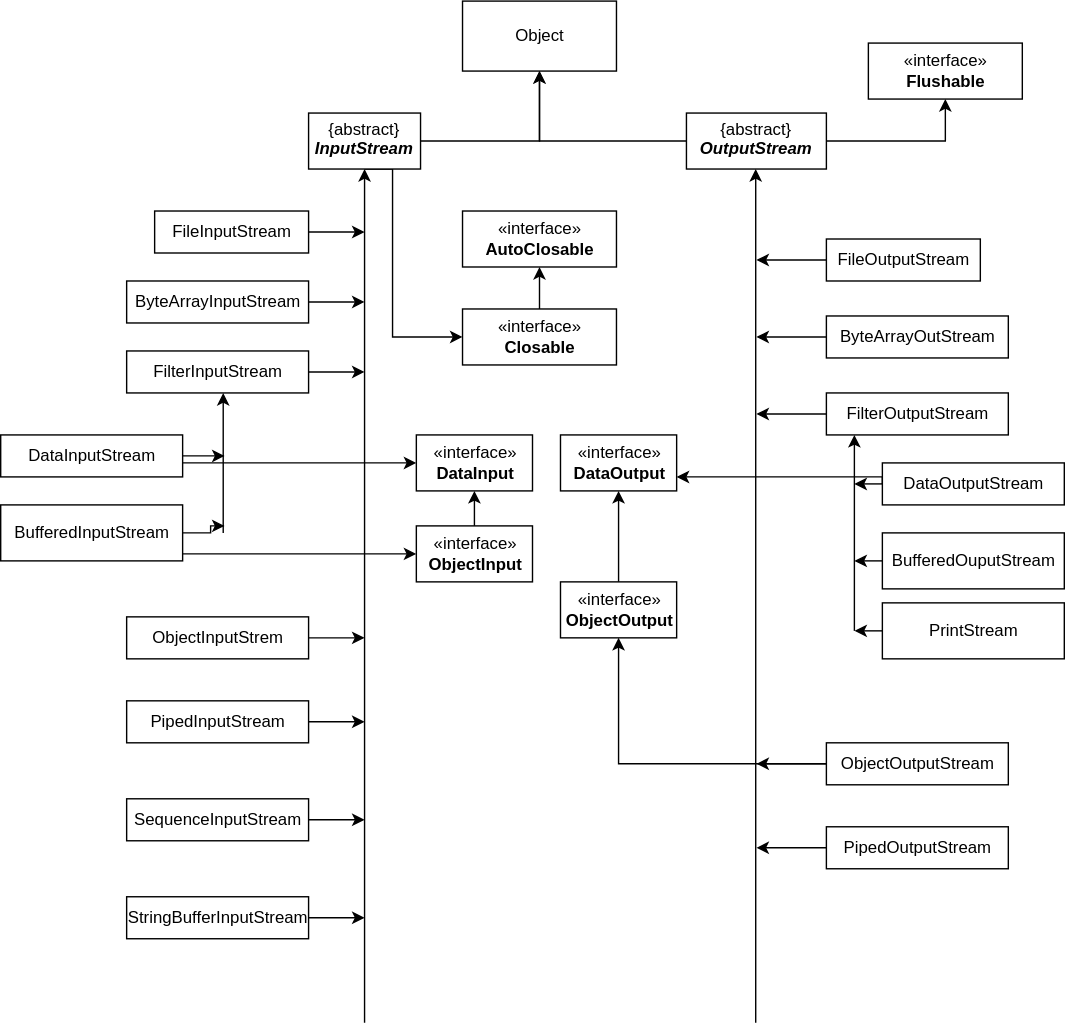
iachieve/javaIOSummary keeps this draw.io diagram as Readme/InputOutputStreams.svg. Above is the earlier version. Source tidied: cells renumbered, new cells last; positions are measured from the earlier drawing's top-left corner, leaving out a move shared by most shapes.
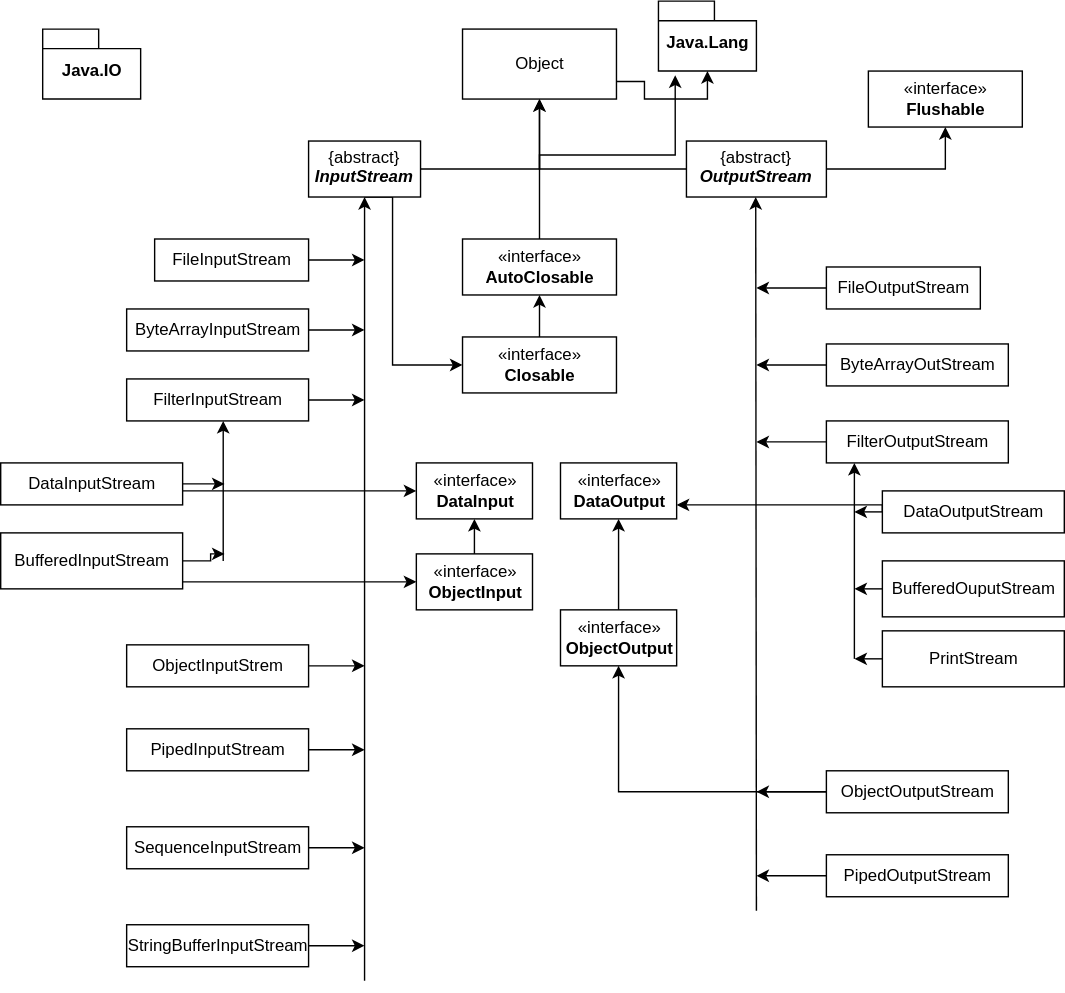
The same diagram one commit later.

Commit message:
class diagram

What changed in the source:
```diff
@@ -2,6 +2,9 @@
   <root>
     <mxCell id="0" />
     <mxCell id="1" parent="0" />
+    <mxCell id="61" style="edgeStyle=orthogonalEdgeStyle;rounded=0;jettySize=auto;html=1;exitX=1;exitY=0.75;exitDx=0;exitDy=0;entryX=0.5;entryY=1;entryDx=0;entryDy=0;entryPerimeter=0;" parent="1" edge="1" source="2" target="63">
+      <mxGeometry relative="1" as="geometry" />
+    </mxCell>
     <mxCell id="2" value="Object" style="html=1;" parent="1" vertex="1">
       <mxGeometry x="330" width="110" height="50" as="geometry" />
     </mxCell>
@@ -52,7 +55,7 @@
     </mxCell>
     <mxCell id="15" style="endArrow=classic;html=1;entryX=0.5;entryY=1;entryDx=0;entryDy=0;" parent="1" edge="1" target="8">
       <mxGeometry relative="1" as="geometry">
-        <mxPoint x="260" y="730" as="sourcePoint" />
+        <mxPoint x="260" y="680" as="sourcePoint" />
       </mxGeometry>
     </mxCell>
     <mxCell id="16" style="edgeStyle=orthogonalEdgeStyle;rounded=0;jettySize=auto;html=1;exitX=1;exitY=0.5;exitDx=0;exitDy=0;" parent="1" edge="1" source="17">
@@ -133,6 +136,9 @@
     <mxCell id="32" value="StringBufferInputStream" style="html=1;" parent="1" vertex="1">
       <mxGeometry x="90" y="640" width="130" height="30" as="geometry" />
     </mxCell>
+    <mxCell id="62" style="edgeStyle=orthogonalEdgeStyle;rounded=0;jettySize=auto;html=1;exitX=0.5;exitY=0;exitDx=0;exitDy=0;entryX=0.171;entryY=1.06;entryDx=0;entryDy=0;entryPerimeter=0;" parent="1" edge="1" source="33" target="63">
+      <mxGeometry relative="1" as="geometry" />
+    </mxCell>
     <mxCell id="33" value="«interface»&lt;br&gt;&lt;b&gt;AutoClosable&lt;/b&gt;" style="html=1;" parent="1" vertex="1">
       <mxGeometry x="330" y="150" width="110" height="40" as="geometry" />
     </mxCell>
@@ -163,7 +169,7 @@
     </mxCell>
     <mxCell id="41" style="endArrow=classic;html=1;entryX=0.5;entryY=1;entryDx=0;entryDy=0;" parent="1" edge="1">
       <mxGeometry relative="1" as="geometry">
-        <mxPoint x="539.5" y="730" as="sourcePoint" />
+        <mxPoint x="540" y="630" as="sourcePoint" />
         <mxPoint x="539.5" y="120" as="targetPoint" />
       </mxGeometry>
     </mxCell>
@@ -243,5 +249,11 @@
     <mxCell id="60" value="«interface»&lt;br&gt;&lt;b&gt;Flushable&lt;/b&gt;" style="html=1;" parent="1" vertex="1">
       <mxGeometry x="620" y="30" width="110" height="40" as="geometry" />
     </mxCell>
+    <mxCell id="63" value="Java.Lang" style="shape=folder;fontStyle=1;spacingTop=10;tabWidth=40;tabHeight=14;tabPosition=left;html=1;" parent="1" vertex="1">
+      <mxGeometry x="470" y="-20" width="70" height="50" as="geometry" />
+    </mxCell>
+    <mxCell id="64" value="Java.IO" style="shape=folder;fontStyle=1;spacingTop=10;tabWidth=40;tabHeight=14;tabPosition=left;html=1;" parent="1" vertex="1">
+      <mxGeometry x="30" width="70" height="50" as="geometry" />
+    </mxCell>
   </root>
 </mxGraphModel>
```
